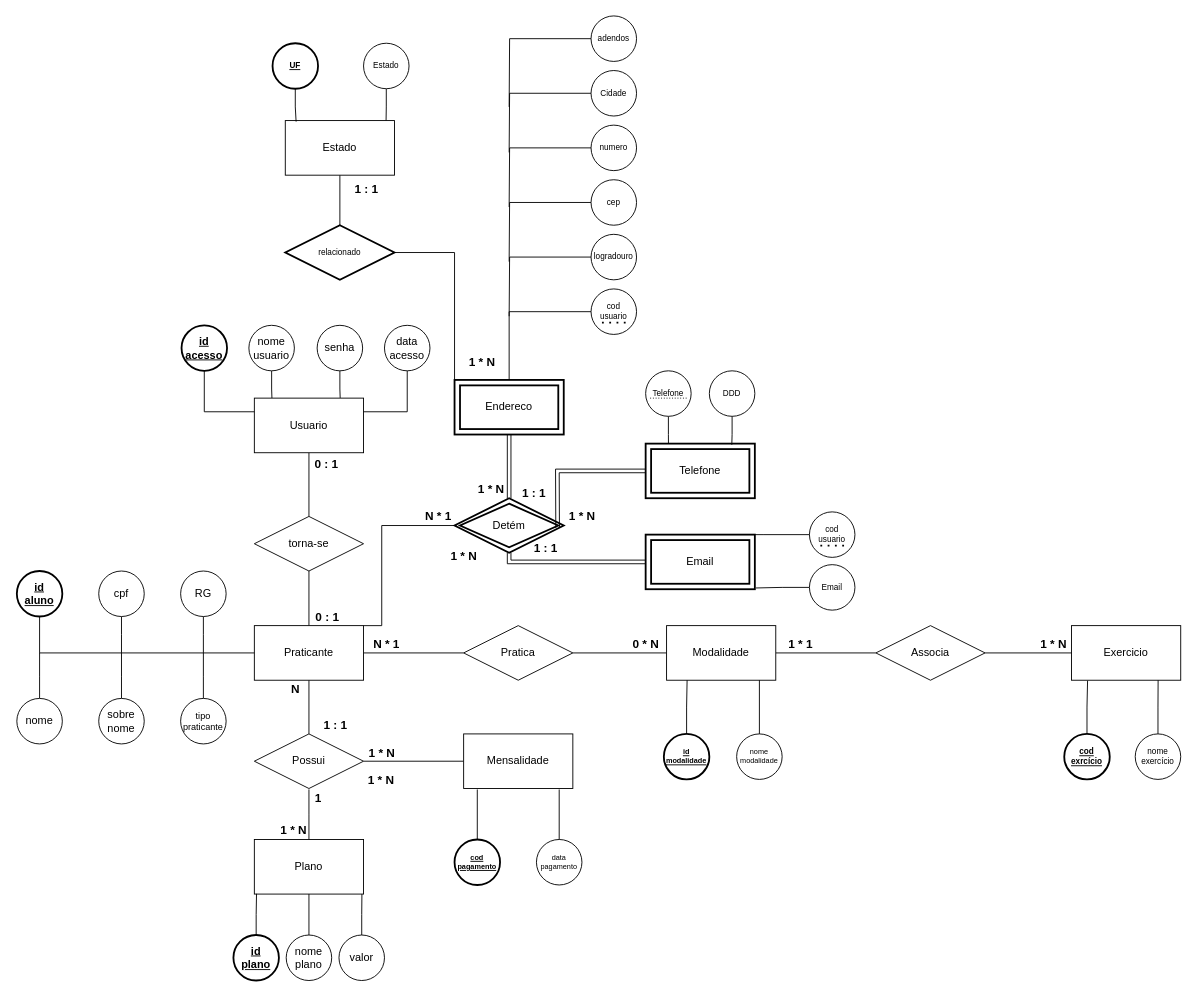
This is _modelagem/Modelagem.drawio.xml from Rodrigo-369/academia, a draw.io file, before an edit. Source tidied: cells renumbered, new cells numbered last; positions are measured from the earlier drawing's top-left corner, leaving out a move shared by most shapes. Both pictures are drawn from the tidied source at 91%, with x=0, y=0 at pixel (16, 15).
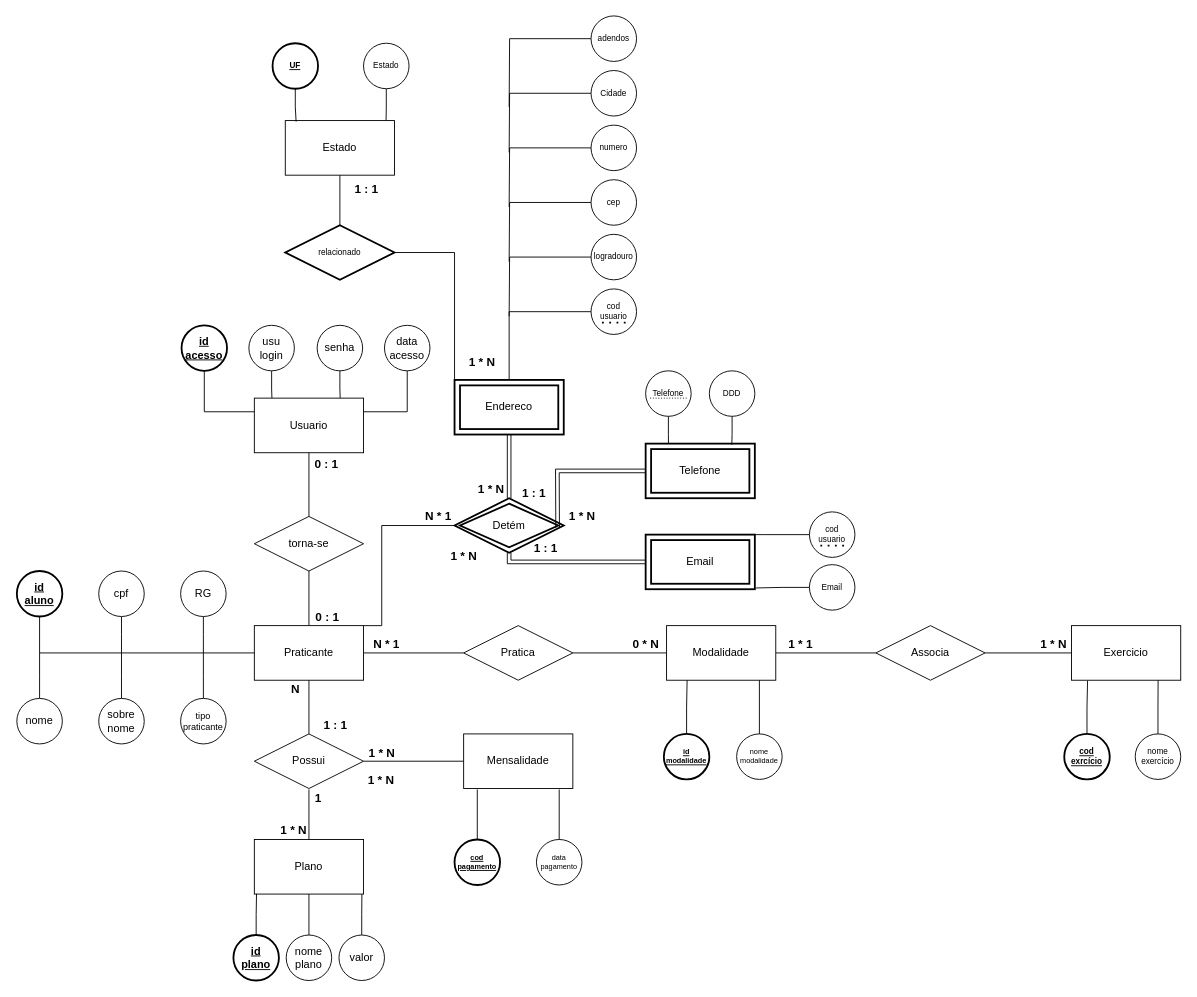
After the change.

Commit message (it also covers changes not shown here):
Diagramas atualizados

Diff of the diagram source:
```diff
@@
-    <mxCell id="22" value="nome&lt;br&gt;usuario" style="ellipse;whiteSpace=wrap;html=1;align=center;" parent="1" vertex="1">
+    <mxCell id="22" value="usu&lt;br&gt;login" style="ellipse;whiteSpace=wrap;html=1;align=center;" parent="1" vertex="1">
       <mxGeometry x="255" y="340" width="50" height="50" as="geometry" />
     </mxCell>
```
